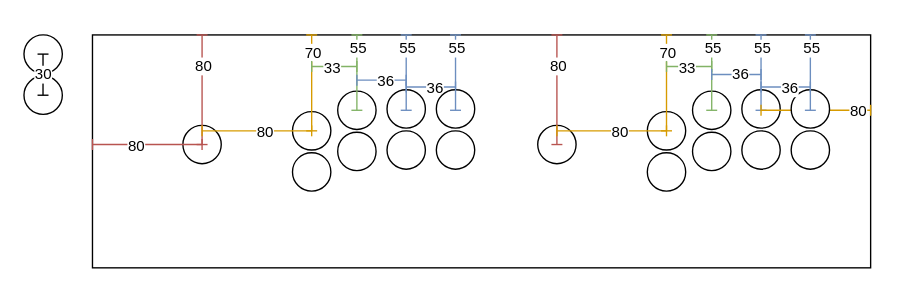
woutermation/woutermation keeps this draw.io diagram as arcade.drawio. Above is the earlier version. Source tidied: cells renumbered, new cells numbered last; positions are measured from the earlier drawing's top-left corner, leaving out a move shared by most shapes. Both pictures are drawn from the tidied source at 137%, with x=0, y=0 at pixel (23, 34).
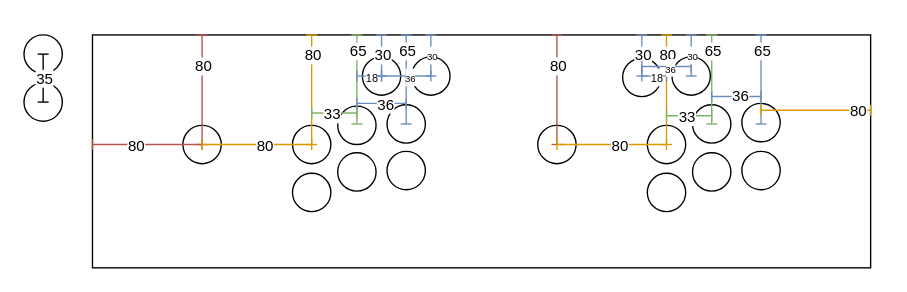
Above is the later version.

The change refers to these unchanged cells:
```xml
<mxCell id="13" style="group;" parent="1" vertex="1">
  <mxGeometry width="28" height="58" as="geometry" />
</mxCell>
```

Change to the diagram source:
```diff
@@
     <mxCell id="3" style="group;" parent="1" vertex="1">
-      <mxGeometry x="229" y="41" width="28" height="58" as="geometry" />
+      <mxGeometry x="229" y="51" width="28" height="58" as="geometry" />
     </mxCell>
     <mxCell id="4" style="ellipse;whiteSpace=wrap;html=1;" parent="3" vertex="1">
-      <mxGeometry width="28" height="28" as="geometry" />
+      <mxGeometry y="1" width="28" height="28" as="geometry" />
     </mxCell>
     <mxCell id="5" style="ellipse;whiteSpace=wrap;html=1;" parent="3" vertex="1">
-      <mxGeometry y="30" width="28" height="28" as="geometry" />
+      <mxGeometry y="35" width="28" height="28" as="geometry" />
     </mxCell>
@@
     <mxCell id="11" style="ellipse;whiteSpace=wrap;html=1;" parent="1" vertex="1">
-      <mxGeometry x="196" y="56" width="28" height="28" as="geometry" />
+      <mxGeometry x="196" y="66" width="28" height="28" as="geometry" />
     </mxCell>
     <mxCell id="12" style="ellipse;whiteSpace=wrap;html=1;" parent="1" vertex="1">
-      <mxGeometry x="196" y="86" width="28" height="28" as="geometry" />
+      <mxGeometry x="196" y="101" width="28" height="28" as="geometry" />
     </mxCell>
@@
     <mxCell id="15" style="ellipse;whiteSpace=wrap;html=1;" parent="13" vertex="1">
-      <mxGeometry y="30" width="28" height="28" as="geometry" />
+      <mxGeometry y="35" width="28" height="28" as="geometry" />
     </mxCell>
     <mxCell id="16" style="endArrow=baseDash;html=1;rounded=1;fillColor=#f8cecc;strokeColor=default;startArrow=baseDash;startFill=0;endFill=0;" parent="13" edge="1">
       <mxGeometry relative="1" as="geometry">
-        <mxPoint x="13.9" y="14" as="sourcePoint" />
-        <mxPoint x="13.9" y="44" as="targetPoint" />
+        <mxPoint x="14" y="14" as="sourcePoint" />
+        <mxPoint x="14" y="49" as="targetPoint" />
       </mxGeometry>
     </mxCell>
-    <mxCell id="17" value="30" style="edgeLabel;html=1;align=center;verticalAlign=middle;" parent="16" vertex="1">
+    <mxCell id="17" value="35" style="edgeLabel;html=1;align=center;verticalAlign=middle;" parent="16" vertex="1">
       <mxGeometry x="0.13" relative="1" as="geometry">
         <mxPoint y="-3" as="offset" />
       </mxGeometry>
     </mxCell>
     <mxCell id="18" style="endArrow=baseDash;html=1;rounded=0;fillColor=#ffe6cc;strokeColor=#d79b00;startArrow=baseDash;startFill=0;endFill=0;" parent="1" edge="1">
       <mxGeometry relative="1" as="geometry">
         <mxPoint x="210" as="sourcePoint" />
-        <mxPoint x="210" y="70" as="targetPoint" />
+        <mxPoint x="210" y="80" as="targetPoint" />
       </mxGeometry>
     </mxCell>
-    <mxCell id="19" value="70" style="edgeLabel;html=1;align=center;verticalAlign=middle;" parent="18" vertex="1">
+    <mxCell id="19" value="80" style="edgeLabel;html=1;align=center;verticalAlign=middle;" parent="18" vertex="1">
       <mxGeometry x="-0.66" relative="1" as="geometry" />
     </mxCell>
     <mxCell id="20" style="endArrow=baseDash;html=1;rounded=0;fillColor=#ffe6cc;strokeColor=#d79b00;startArrow=baseDash;startFill=0;endFill=0;" parent="1" edge="1">
       <mxGeometry relative="1" as="geometry">
-        <mxPoint x="130" y="70" as="sourcePoint" />
-        <mxPoint x="210" y="70" as="targetPoint" />
+        <mxPoint x="130" y="80" as="sourcePoint" />
+        <mxPoint x="210" y="80" as="targetPoint" />
       </mxGeometry>
     </mxCell>
@@
     <mxCell id="22" style="endArrow=baseDash;html=1;rounded=0;fillColor=#d5e8d4;strokeColor=#82b366;startArrow=baseDash;startFill=0;endFill=0;" parent="1" edge="1">
       <mxGeometry relative="1" as="geometry">
-        <mxPoint x="210" y="23" as="sourcePoint" />
-        <mxPoint x="243" y="23" as="targetPoint" />
+        <mxPoint x="210" y="57" as="sourcePoint" />
+        <mxPoint x="243" y="57" as="targetPoint" />
       </mxGeometry>
     </mxCell>
@@
     <mxCell id="24" style="group;" parent="1" vertex="1">
-      <mxGeometry x="265" y="40" width="28" height="58" as="geometry" />
+      <mxGeometry x="265" y="50" width="28" height="58" as="geometry" />
     </mxCell>
     <mxCell id="25" style="ellipse;whiteSpace=wrap;html=1;" parent="24" vertex="1">
-      <mxGeometry width="28" height="28" as="geometry" />
+      <mxGeometry y="1" width="28" height="28" as="geometry" />
     </mxCell>
     <mxCell id="26" style="ellipse;whiteSpace=wrap;html=1;" parent="24" vertex="1">
-      <mxGeometry y="30" width="28" height="28" as="geometry" />
+      <mxGeometry y="35" width="28" height="28" as="geometry" />
     </mxCell>
     <mxCell id="27" style="endArrow=baseDash;html=1;rounded=0;fillColor=#dae8fc;strokeColor=#6c8ebf;startArrow=baseDash;startFill=0;endFill=0;" parent="1" edge="1">
       <mxGeometry relative="1" as="geometry">
         <mxPoint x="279" as="sourcePoint" />
-        <mxPoint x="279" y="55" as="targetPoint" />
+        <mxPoint x="279" y="65" as="targetPoint" />
       </mxGeometry>
     </mxCell>
-    <mxCell id="28" value="55" style="edgeLabel;html=1;align=center;verticalAlign=middle;" parent="27" vertex="1">
+    <mxCell id="28" value="65" style="edgeLabel;html=1;align=center;verticalAlign=middle;" parent="27" vertex="1">
       <mxGeometry x="-0.66" relative="1" as="geometry" />
     </mxCell>
     <mxCell id="29" style="endArrow=baseDash;html=1;rounded=0;fillColor=#d5e8d4;strokeColor=#82b366;startArrow=baseDash;startFill=0;endFill=0;" parent="1" edge="1">
       <mxGeometry relative="1" as="geometry">
         <mxPoint x="243" as="sourcePoint" />
-        <mxPoint x="243" y="55" as="targetPoint" />
+        <mxPoint x="243" y="65" as="targetPoint" />
       </mxGeometry>
     </mxCell>
-    <mxCell id="30" value="55" style="edgeLabel;html=1;align=center;verticalAlign=middle;" parent="29" vertex="1">
+    <mxCell id="30" value="65" style="edgeLabel;html=1;align=center;verticalAlign=middle;" parent="29" vertex="1">
       <mxGeometry x="-0.66" relative="1" as="geometry" />
     </mxCell>
     <mxCell id="31" style="endArrow=baseDash;html=1;rounded=0;fillColor=#dae8fc;strokeColor=#6c8ebf;startArrow=baseDash;startFill=0;endFill=0;" parent="1" edge="1">
       <mxGeometry relative="1" as="geometry">
-        <mxPoint x="243" y="33" as="sourcePoint" />
-        <mxPoint x="279" y="33" as="targetPoint" />
+        <mxPoint x="243" y="50" as="sourcePoint" />
+        <mxPoint x="279" y="50" as="targetPoint" />
       </mxGeometry>
     </mxCell>
@@
-    <mxCell id="33" style="endArrow=baseDash;html=1;rounded=0;fillColor=#dae8fc;strokeColor=#6c8ebf;startArrow=baseDash;startFill=0;endFill=0;" parent="1" edge="1">
-      <mxGeometry relative="1" as="geometry">
-        <mxPoint x="279" y="38" as="sourcePoint" />
-        <mxPoint x="315" y="38" as="targetPoint" />
-      </mxGeometry>
-    </mxCell>
-    <mxCell id="34" value="36" style="edgeLabel;html=1;align=center;verticalAlign=middle;" parent="33" vertex="1">
-      <mxGeometry x="0.13" relative="1" as="geometry" />
-    </mxCell>
-    <mxCell id="35" style="group;" parent="1" vertex="1">
-      <mxGeometry x="301" y="40" width="28" height="58" as="geometry" />
-    </mxCell>
-    <mxCell id="36" style="ellipse;whiteSpace=wrap;html=1;" parent="35" vertex="1">
-      <mxGeometry width="28" height="28" as="geometry" />
-    </mxCell>
-    <mxCell id="37" style="ellipse;whiteSpace=wrap;html=1;" parent="35" vertex="1">
-      <mxGeometry y="30" width="28" height="28" as="geometry" />
-    </mxCell>
-    <mxCell id="38" style="endArrow=baseDash;html=1;rounded=0;fillColor=#dae8fc;strokeColor=#6c8ebf;startArrow=baseDash;startFill=0;endFill=0;" parent="1" edge="1">
-      <mxGeometry relative="1" as="geometry">
-        <mxPoint x="315" as="sourcePoint" />
-        <mxPoint x="315" y="55" as="targetPoint" />
-      </mxGeometry>
-    </mxCell>
-    <mxCell id="39" value="55" style="edgeLabel;html=1;align=center;verticalAlign=middle;" parent="38" vertex="1">
-      <mxGeometry x="-0.66" relative="1" as="geometry" />
-    </mxCell>
     <mxCell id="40" style="group;" parent="1" vertex="1">
-      <mxGeometry x="524" y="40" width="28" height="58" as="geometry" />
+      <mxGeometry x="524" y="50" width="28" height="58" as="geometry" />
     </mxCell>
@@
     <mxCell id="42" style="ellipse;whiteSpace=wrap;html=1;" parent="40" vertex="1">
-      <mxGeometry y="30" width="28" height="28" as="geometry" />
+      <mxGeometry y="35" width="28" height="28" as="geometry" />
     </mxCell>
     <mxCell id="43" style="endArrow=baseDash;html=1;rounded=0;fillColor=#dae8fc;strokeColor=#6c8ebf;startArrow=baseDash;startFill=0;endFill=0;" parent="1" edge="1">
       <mxGeometry relative="1" as="geometry">
         <mxPoint x="538" as="sourcePoint" />
-        <mxPoint x="538" y="55" as="targetPoint" />
+        <mxPoint x="538" y="65" as="targetPoint" />
       </mxGeometry>
     </mxCell>
-    <mxCell id="44" value="55" style="edgeLabel;html=1;align=center;verticalAlign=middle;" parent="43" vertex="1">
+    <mxCell id="44" value="65" style="edgeLabel;html=1;align=center;verticalAlign=middle;" parent="43" vertex="1">
       <mxGeometry x="-0.66" relative="1" as="geometry" />
     </mxCell>
@@
-    <mxCell id="47" style="group;" parent="1" vertex="1">
-      <mxGeometry x="560" y="40" width="28" height="58" as="geometry" />
-    </mxCell>
-    <mxCell id="48" style="ellipse;whiteSpace=wrap;html=1;" parent="47" vertex="1">
-      <mxGeometry width="28" height="28" as="geometry" />
-    </mxCell>
-    <mxCell id="49" style="ellipse;whiteSpace=wrap;html=1;" parent="47" vertex="1">
-      <mxGeometry y="30" width="28" height="28" as="geometry" />
-    </mxCell>
-    <mxCell id="50" style="endArrow=baseDash;html=1;rounded=0;fillColor=#dae8fc;strokeColor=#6c8ebf;startArrow=baseDash;startFill=0;endFill=0;" parent="1" edge="1">
-      <mxGeometry relative="1" as="geometry">
-        <mxPoint x="538" y="38" as="sourcePoint" />
-        <mxPoint x="574" y="38" as="targetPoint" />
-      </mxGeometry>
-    </mxCell>
-    <mxCell id="51" value="36" style="edgeLabel;html=1;align=center;verticalAlign=middle;" parent="50" vertex="1">
-      <mxGeometry x="0.13" relative="1" as="geometry" />
-    </mxCell>
-    <mxCell id="52" style="endArrow=baseDash;html=1;rounded=0;fillColor=#dae8fc;strokeColor=#6c8ebf;startArrow=baseDash;startFill=0;endFill=0;" parent="1" edge="1">
-      <mxGeometry relative="1" as="geometry">
-        <mxPoint x="574" as="sourcePoint" />
-        <mxPoint x="574" y="55" as="targetPoint" />
-      </mxGeometry>
-    </mxCell>
-    <mxCell id="53" value="55" style="edgeLabel;html=1;align=center;verticalAlign=middle;" parent="52" vertex="1">
-      <mxGeometry x="-0.66" relative="1" as="geometry" />
-    </mxCell>
     <mxCell id="54" style="group;" parent="1" vertex="1">
-      <mxGeometry x="488" y="41" width="28" height="58" as="geometry" />
+      <mxGeometry x="488" y="51" width="28" height="58" as="geometry" />
     </mxCell>
@@
     <mxCell id="56" style="ellipse;whiteSpace=wrap;html=1;" parent="54" vertex="1">
-      <mxGeometry y="30" width="28" height="28" as="geometry" />
+      <mxGeometry y="35" width="28" height="28" as="geometry" />
     </mxCell>
@@
     <mxCell id="60" style="ellipse;whiteSpace=wrap;html=1;" parent="1" vertex="1">
-      <mxGeometry x="455" y="56" width="28" height="28" as="geometry" />
+      <mxGeometry x="455" y="66" width="28" height="28" as="geometry" />
     </mxCell>
     <mxCell id="61" style="ellipse;whiteSpace=wrap;html=1;" parent="1" vertex="1">
-      <mxGeometry x="455" y="86" width="28" height="28" as="geometry" />
+      <mxGeometry x="455" y="101" width="28" height="28" as="geometry" />
     </mxCell>
     <mxCell id="62" style="endArrow=baseDash;html=1;rounded=0;fillColor=#ffe6cc;strokeColor=#d79b00;startArrow=baseDash;startFill=0;endFill=0;" parent="1" edge="1">
       <mxGeometry relative="1" as="geometry">
         <mxPoint x="469" as="sourcePoint" />
-        <mxPoint x="469" y="70" as="targetPoint" />
+        <mxPoint x="469" y="80" as="targetPoint" />
       </mxGeometry>
     </mxCell>
-    <mxCell id="63" value="70" style="edgeLabel;html=1;align=center;verticalAlign=middle;" parent="62" vertex="1">
+    <mxCell id="63" value="80" style="edgeLabel;html=1;align=center;verticalAlign=middle;" parent="62" vertex="1">
       <mxGeometry x="-0.66" relative="1" as="geometry" />
     </mxCell>
     <mxCell id="64" style="endArrow=baseDash;html=1;rounded=0;fillColor=#ffe6cc;strokeColor=#d79b00;startArrow=baseDash;startFill=0;endFill=0;" parent="1" edge="1">
       <mxGeometry relative="1" as="geometry">
-        <mxPoint x="389" y="70" as="sourcePoint" />
-        <mxPoint x="469" y="70" as="targetPoint" />
+        <mxPoint x="389" y="80" as="sourcePoint" />
+        <mxPoint x="469" y="80" as="targetPoint" />
       </mxGeometry>
     </mxCell>
@@
     <mxCell id="66" style="endArrow=baseDash;html=1;rounded=0;fillColor=#d5e8d4;strokeColor=#82b366;startArrow=baseDash;startFill=0;endFill=0;" parent="1" edge="1">
       <mxGeometry relative="1" as="geometry">
-        <mxPoint x="469" y="23" as="sourcePoint" />
-        <mxPoint x="502" y="23" as="targetPoint" />
+        <mxPoint x="469" y="59" as="sourcePoint" />
+        <mxPoint x="502" y="59" as="targetPoint" />
       </mxGeometry>
     </mxCell>
@@
     <mxCell id="68" style="endArrow=baseDash;html=1;rounded=0;fillColor=#d5e8d4;strokeColor=#82b366;startArrow=baseDash;startFill=0;endFill=0;" parent="1" edge="1">
       <mxGeometry relative="1" as="geometry">
         <mxPoint x="502" as="sourcePoint" />
-        <mxPoint x="502" y="55" as="targetPoint" />
+        <mxPoint x="502" y="65" as="targetPoint" />
       </mxGeometry>
     </mxCell>
-    <mxCell id="69" value="55" style="edgeLabel;html=1;align=center;verticalAlign=middle;" parent="68" vertex="1">
+    <mxCell id="69" value="65" style="edgeLabel;html=1;align=center;verticalAlign=middle;" parent="68" vertex="1">
       <mxGeometry x="-0.66" relative="1" as="geometry" />
     </mxCell>
     <mxCell id="70" style="endArrow=baseDash;html=1;rounded=0;fillColor=#dae8fc;strokeColor=#6c8ebf;startArrow=baseDash;startFill=0;endFill=0;" parent="1" edge="1">
       <mxGeometry relative="1" as="geometry">
-        <mxPoint x="502" y="28.9" as="sourcePoint" />
-        <mxPoint x="538" y="28.9" as="targetPoint" />
+        <mxPoint x="502" y="44.9" as="sourcePoint" />
+        <mxPoint x="538" y="44.9" as="targetPoint" />
       </mxGeometry>
     </mxCell>
@@
+    <mxCell id="72" style="ellipse;whiteSpace=wrap;html=1;" parent="1" vertex="1">
+      <mxGeometry x="247" y="16" width="28" height="28" as="geometry" />
+    </mxCell>
+    <mxCell id="73" style="endArrow=baseDash;html=1;rounded=0;fillColor=#dae8fc;strokeColor=#6c8ebf;startArrow=baseDash;startFill=0;endFill=0;" parent="1" edge="1">
+      <mxGeometry relative="1" as="geometry">
+        <mxPoint x="243" y="30" as="sourcePoint" />
+        <mxPoint x="261" y="30" as="targetPoint" />
+      </mxGeometry>
+    </mxCell>
+    <mxCell id="74" value="&lt;font style=&quot;font-size: 8px;&quot;&gt;18&lt;/font&gt;" style="edgeLabel;html=1;align=center;verticalAlign=middle;" parent="73" vertex="1">
+      <mxGeometry x="0.13" relative="1" as="geometry" />
+    </mxCell>
+    <mxCell id="38" style="endArrow=baseDash;html=1;rounded=0;fillColor=#dae8fc;strokeColor=#6c8ebf;startArrow=baseDash;startFill=0;endFill=0;" parent="1" edge="1">
+      <mxGeometry relative="1" as="geometry">
+        <mxPoint x="261" as="sourcePoint" />
+        <mxPoint x="261" y="30" as="targetPoint" />
+      </mxGeometry>
+    </mxCell>
+    <mxCell id="39" value="30" style="edgeLabel;html=1;align=center;verticalAlign=middle;" parent="38" vertex="1">
+      <mxGeometry x="-0.66" relative="1" as="geometry">
+        <mxPoint y="9" as="offset" />
+      </mxGeometry>
+    </mxCell>
+    <mxCell id="75" style="ellipse;whiteSpace=wrap;html=1;" parent="1" vertex="1">
+      <mxGeometry x="283" y="16" width="28" height="28" as="geometry" />
+    </mxCell>
+    <mxCell id="33" style="endArrow=baseDash;html=1;rounded=0;fillColor=#dae8fc;strokeColor=#6c8ebf;startArrow=baseDash;startFill=0;endFill=0;" parent="1" edge="1">
+      <mxGeometry relative="1" as="geometry">
+        <mxPoint x="261" y="30" as="sourcePoint" />
+        <mxPoint x="297" y="30" as="targetPoint" />
+      </mxGeometry>
+    </mxCell>
+    <mxCell id="34" value="&lt;font style=&quot;font-size: 7px;&quot;&gt;36&lt;/font&gt;" style="edgeLabel;html=1;align=center;verticalAlign=middle;" parent="33" vertex="1">
+      <mxGeometry x="0.13" relative="1" as="geometry" />
+    </mxCell>
+    <mxCell id="76" style="endArrow=baseDash;html=1;rounded=0;fillColor=#dae8fc;strokeColor=#6c8ebf;startArrow=baseDash;startFill=0;endFill=0;" parent="1" edge="1">
+      <mxGeometry relative="1" as="geometry">
+        <mxPoint x="297" as="sourcePoint" />
+        <mxPoint x="297" y="30" as="targetPoint" />
+      </mxGeometry>
+    </mxCell>
+    <mxCell id="77" value="&lt;font style=&quot;font-size: 7px;&quot;&gt;30&lt;/font&gt;" style="edgeLabel;html=1;align=center;verticalAlign=middle;" parent="76" vertex="1">
+      <mxGeometry x="-0.66" relative="1" as="geometry">
+        <mxPoint y="9" as="offset" />
+      </mxGeometry>
+    </mxCell>
+    <mxCell id="78" style="ellipse;whiteSpace=wrap;html=1;" parent="1" vertex="1">
+      <mxGeometry x="437" y="17" width="28" height="28" as="geometry" />
+    </mxCell>
+    <mxCell id="79" style="endArrow=baseDash;html=1;rounded=0;fillColor=#dae8fc;strokeColor=#6c8ebf;startArrow=baseDash;startFill=0;endFill=0;" parent="1" edge="1">
+      <mxGeometry relative="1" as="geometry">
+        <mxPoint x="451" y="30" as="sourcePoint" />
+        <mxPoint x="469" y="30" as="targetPoint" />
+      </mxGeometry>
+    </mxCell>
+    <mxCell id="80" value="&lt;font style=&quot;font-size: 8px;&quot;&gt;18&lt;/font&gt;" style="edgeLabel;html=1;align=center;verticalAlign=middle;" parent="79" vertex="1">
+      <mxGeometry x="0.13" relative="1" as="geometry" />
+    </mxCell>
+    <mxCell id="81" style="endArrow=baseDash;html=1;rounded=0;fillColor=#dae8fc;strokeColor=#6c8ebf;startArrow=baseDash;startFill=0;endFill=0;" parent="1" edge="1">
+      <mxGeometry relative="1" as="geometry">
+        <mxPoint x="451" as="sourcePoint" />
+        <mxPoint x="451" y="30" as="targetPoint" />
+      </mxGeometry>
+    </mxCell>
+    <mxCell id="82" value="30" style="edgeLabel;html=1;align=center;verticalAlign=middle;" parent="81" vertex="1">
+      <mxGeometry x="-0.66" relative="1" as="geometry">
+        <mxPoint y="9" as="offset" />
+      </mxGeometry>
+    </mxCell>
+    <mxCell id="83" style="ellipse;whiteSpace=wrap;html=1;" parent="1" vertex="1">
+      <mxGeometry x="473" y="16" width="28" height="28" as="geometry" />
+    </mxCell>
+    <mxCell id="84" style="endArrow=baseDash;html=1;rounded=0;fillColor=#dae8fc;strokeColor=#6c8ebf;startArrow=baseDash;startFill=0;endFill=0;" parent="1" edge="1">
+      <mxGeometry relative="1" as="geometry">
+        <mxPoint x="451" y="23" as="sourcePoint" />
+        <mxPoint x="487" y="23" as="targetPoint" />
+      </mxGeometry>
+    </mxCell>
+    <mxCell id="51" value="&lt;font style=&quot;font-size: 7px;&quot;&gt;36&lt;/font&gt;" style="edgeLabel;html=1;align=center;verticalAlign=middle;" parent="84" vertex="1">
+      <mxGeometry x="0.13" relative="1" as="geometry" />
+    </mxCell>
+    <mxCell id="85" style="endArrow=baseDash;html=1;rounded=0;fillColor=#dae8fc;strokeColor=#6c8ebf;startArrow=baseDash;startFill=0;endFill=0;" parent="1" edge="1">
+      <mxGeometry relative="1" as="geometry">
+        <mxPoint x="487" as="sourcePoint" />
+        <mxPoint x="487" y="30" as="targetPoint" />
+      </mxGeometry>
+    </mxCell>
+    <mxCell id="86" value="&lt;font style=&quot;font-size: 7px;&quot;&gt;30&lt;/font&gt;" style="edgeLabel;html=1;align=center;verticalAlign=middle;" parent="85" vertex="1">
+      <mxGeometry x="-0.66" relative="1" as="geometry">
+        <mxPoint y="9" as="offset" />
+      </mxGeometry>
+    </mxCell>
```
